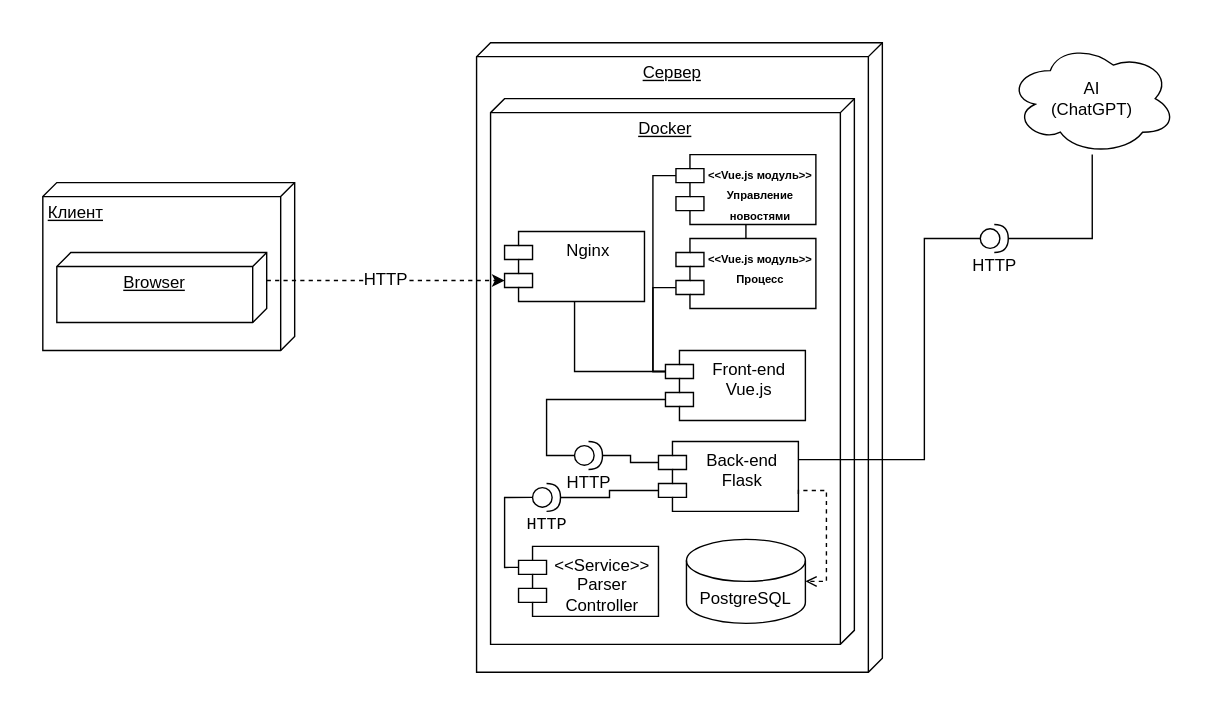
Before: Диаграммы/componentsDiagram.svg, a diagram exported from draw.io (0hJonny/Diplom_60701_). Source tidied: cells renumbered, new cells last; positions are measured from the earlier drawing's top-left corner, leaving out a move shared by most shapes.
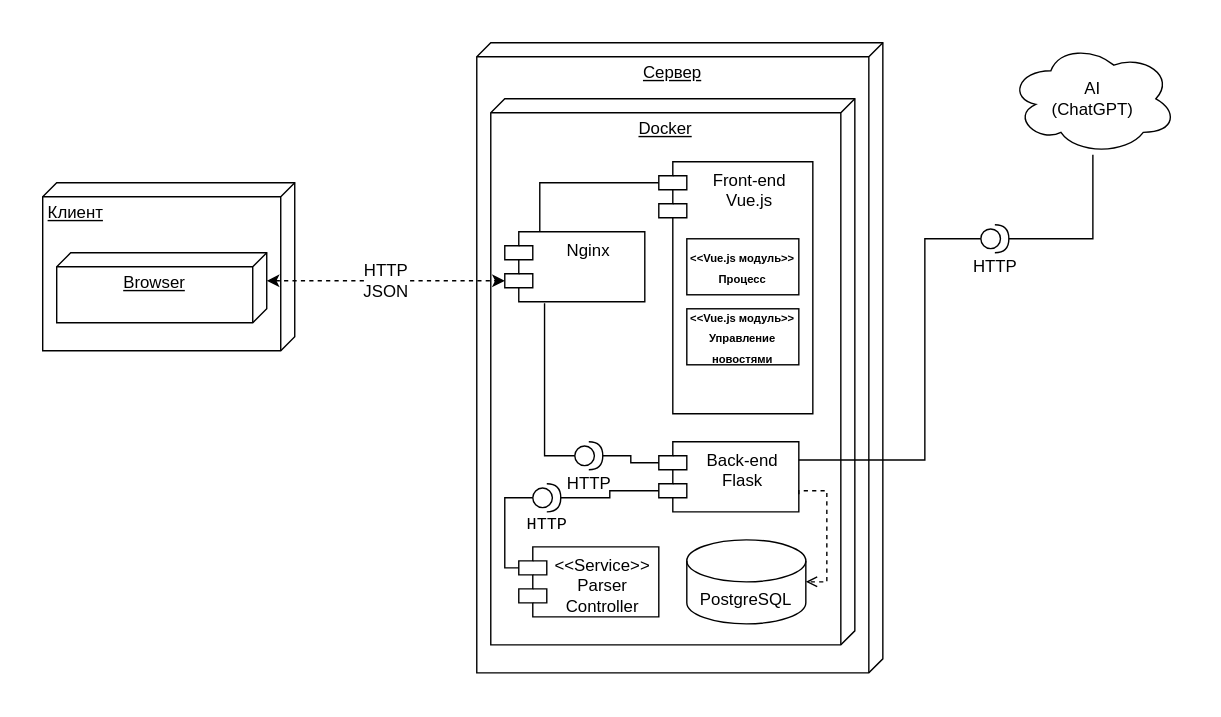
After the change.

What changed in the source:
```diff
@@ -53,25 +53,20 @@
     <mxCell id="14" style="edgeStyle=orthogonalEdgeStyle;rounded=0;jettySize=auto;html=1;entryX=1;entryY=0.5;entryDx=0;entryDy=0;entryPerimeter=0;endArrow=none;endFill=0;" parent="1" edge="1" source="11" target="13">
       <mxGeometry relative="1" as="geometry" />
     </mxCell>
-    <mxCell id="15" style="edgeStyle=orthogonalEdgeStyle;rounded=0;jettySize=auto;html=1;exitX=0;exitY=0;exitDx=0;exitDy=15;exitPerimeter=0;entryX=0.5;entryY=1;entryDx=0;entryDy=0;endArrow=none;endFill=0;" parent="1" edge="1" source="17" target="24">
-      <mxGeometry relative="1" as="geometry">
-        <Array as="points">
-          <mxPoint x="436" y="235" />
-          <mxPoint x="436" y="175" />
-          <mxPoint x="502" y="175" />
-        </Array>
-      </mxGeometry>
-    </mxCell>
-    <mxCell id="16" style="edgeStyle=orthogonalEdgeStyle;rounded=0;jettySize=auto;html=1;endArrow=none;endFill=0;exitX=0;exitY=0;exitDx=0;exitDy=15;exitPerimeter=0;" parent="1" edge="1" source="17" target="25">
-      <mxGeometry relative="1" as="geometry" />
+    <mxCell id="16" style="edgeStyle=orthogonalEdgeStyle;rounded=0;jettySize=auto;html=1;endArrow=none;endFill=0;exitX=0;exitY=0;exitDx=0;exitDy=15;exitPerimeter=0;entryX=0.25;entryY=0;entryDx=0;entryDy=0;" parent="1" edge="1" source="17" target="25">
+      <mxGeometry relative="1" as="geometry">
+        <Array as="points">
+          <mxPoint x="355" y="100" />
+        </Array>
+      </mxGeometry>
     </mxCell>
     <mxCell id="17" value="&lt;div&gt;Front-end&lt;/div&gt;&lt;div&gt;Vue.js&lt;/div&gt;" style="shape=module;align=left;spacingLeft=20;align=center;verticalAlign=top;whiteSpace=wrap;html=1;" parent="1" vertex="1">
-      <mxGeometry x="445" y="220" width="100" height="50" as="geometry" />
+      <mxGeometry x="440" y="85" width="110" height="180" as="geometry" />
     </mxCell>
     <mxCell id="18" value="HTTP" style="shape=providedRequiredInterface;html=1;verticalLabelPosition=bottom;sketch=0;" parent="1" vertex="1">
       <mxGeometry x="380" y="285" width="20" height="20" as="geometry" />
     </mxCell>
-    <mxCell id="19" value="&lt;font style=&quot;font-size: 12px;&quot;&gt;HTTP&lt;/font&gt;" style="edgeStyle=orthogonalEdgeStyle;rounded=0;jettySize=auto;html=1;exitX=0;exitY=0;exitDx=20;exitDy=0;exitPerimeter=0;entryX=0;entryY=0;entryDx=0;entryDy=35;entryPerimeter=0;dashed=1;" parent="1" edge="1" source="3" target="25">
+    <mxCell id="19" value="&lt;font style=&quot;font-size: 12px;&quot;&gt;HTTP&lt;br&gt;JSON&lt;br&gt;&lt;/font&gt;" style="edgeStyle=orthogonalEdgeStyle;rounded=0;jettySize=auto;html=1;exitX=0;exitY=0;exitDx=20;exitDy=0;exitPerimeter=0;entryX=0;entryY=0;entryDx=0;entryDy=35;entryPerimeter=0;dashed=1;startArrow=classic;startFill=1;" parent="1" edge="1" source="3" target="25">
       <mxGeometry relative="1" as="geometry" />
     </mxCell>
     <mxCell id="20" style="edgeStyle=orthogonalEdgeStyle;rounded=0;jettySize=auto;html=1;entryX=0;entryY=0;entryDx=0;entryDy=35;entryPerimeter=0;endArrow=none;endFill=0;" parent="1" edge="1" source="9" target="6">
@@ -88,25 +83,17 @@
     <mxCell id="22" style="edgeStyle=orthogonalEdgeStyle;rounded=0;jettySize=auto;html=1;entryX=0;entryY=0;entryDx=0;entryDy=15;entryPerimeter=0;endArrow=none;endFill=0;" parent="1" edge="1" source="18" target="6">
       <mxGeometry relative="1" as="geometry" />
     </mxCell>
+    <mxCell id="25" value="&lt;font style=&quot;&quot;&gt;Nginx&lt;br&gt;&lt;/font&gt;" style="shape=module;align=left;spacingLeft=20;align=center;verticalAlign=top;whiteSpace=wrap;html=1;" parent="1" vertex="1">
+      <mxGeometry x="330" y="135" width="100" height="50" as="geometry" />
+    </mxCell>
+    <mxCell id="26" style="edgeStyle=orthogonalEdgeStyle;rounded=0;jettySize=auto;html=1;entryX=0;entryY=0.5;entryDx=0;entryDy=0;entryPerimeter=0;endArrow=none;endFill=0;exitX=0.284;exitY=1.02;exitDx=0;exitDy=0;exitPerimeter=0;" parent="1" edge="1" source="25" target="18">
+      <mxGeometry relative="1" as="geometry" />
+    </mxCell>
-    <mxCell id="23" value="&lt;font style=&quot;font-size: 8px;&quot;&gt;&lt;b&gt;&amp;lt;&amp;lt;Vue.js модуль&amp;gt;&amp;gt;&lt;br&gt;Процесс&lt;/b&gt;&lt;br&gt;&lt;/font&gt;" style="shape=module;align=left;spacingLeft=20;align=center;verticalAlign=top;whiteSpace=wrap;html=1;" parent="1" vertex="1">
-      <mxGeometry x="452.5" y="140" width="100" height="50" as="geometry" />
+    <mxCell id="23" value="&lt;b style=&quot;border-color: var(--border-color); font-size: 8px;&quot;&gt;&amp;lt;&amp;lt;Vue.js модуль&amp;gt;&amp;gt;&lt;br style=&quot;border-color: var(--border-color);&quot;&gt;Процесс&lt;/b&gt;" style="rounded=0;whiteSpace=wrap;html=1;" parent="1" vertex="1">
+      <mxGeometry x="460" y="140" width="80" height="40" as="geometry" />
     </mxCell>
-    <mxCell id="24" value="&lt;font style=&quot;font-size: 8px;&quot;&gt;&lt;b&gt;&amp;lt;&amp;lt;Vue.js модуль&amp;gt;&amp;gt;&lt;br&gt;Управление новостями&lt;/b&gt;&lt;br&gt;&lt;/font&gt;" style="shape=module;align=left;spacingLeft=20;align=center;verticalAlign=top;whiteSpace=wrap;html=1;" parent="1" vertex="1">
-      <mxGeometry x="452.5" y="80" width="100" height="50" as="geometry" />
+    <mxCell id="24" value="&lt;b style=&quot;border-color: var(--border-color); font-size: 8px;&quot;&gt;&amp;lt;&amp;lt;Vue.js модуль&amp;gt;&amp;gt;&lt;br style=&quot;border-color: var(--border-color);&quot;&gt;Управление новостями&lt;/b&gt;" style="rounded=0;whiteSpace=wrap;html=1;" parent="1" vertex="1">
+      <mxGeometry x="460" y="190" width="80" height="40" as="geometry" />
     </mxCell>
-    <mxCell id="25" value="&lt;font style=&quot;&quot;&gt;Nginx&lt;br&gt;&lt;/font&gt;" style="shape=module;align=left;spacingLeft=20;align=center;verticalAlign=top;whiteSpace=wrap;html=1;" parent="1" vertex="1">
-      <mxGeometry x="330" y="135" width="100" height="50" as="geometry" />
-    </mxCell>
-    <mxCell id="26" style="edgeStyle=orthogonalEdgeStyle;rounded=0;jettySize=auto;html=1;entryX=0;entryY=0.5;entryDx=0;entryDy=0;entryPerimeter=0;endArrow=none;endFill=0;exitX=0;exitY=0;exitDx=0;exitDy=35;exitPerimeter=0;" parent="1" edge="1" source="17" target="18">
-      <mxGeometry relative="1" as="geometry" />
-    </mxCell>
-    <mxCell id="27" style="edgeStyle=orthogonalEdgeStyle;rounded=0;jettySize=auto;html=1;entryX=0;entryY=0;entryDx=0;entryDy=15;entryPerimeter=0;exitX=0;exitY=0;exitDx=0;exitDy=15;exitPerimeter=0;endArrow=none;endFill=0;" parent="1" edge="1" source="17" target="24">
-      <mxGeometry relative="1" as="geometry">
-        <Array as="points">
-          <mxPoint x="436" y="235" />
-          <mxPoint x="436" y="95" />
-        </Array>
-      </mxGeometry>
-    </mxCell>
   </root>
 </mxGraphModel>
```
